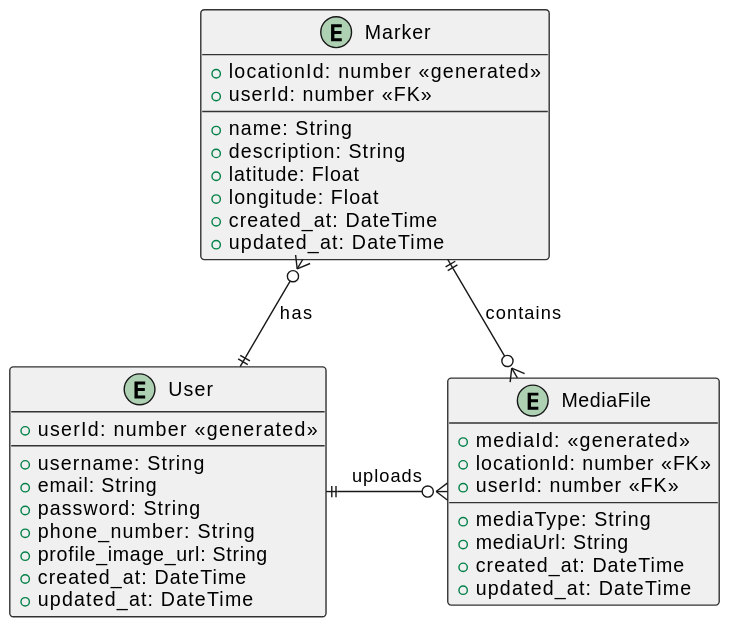
Above: out/docs/diagrams/entity_diagram/entity_diagram.svg in inatagan/owlmapapi (PlantUML), before the change.
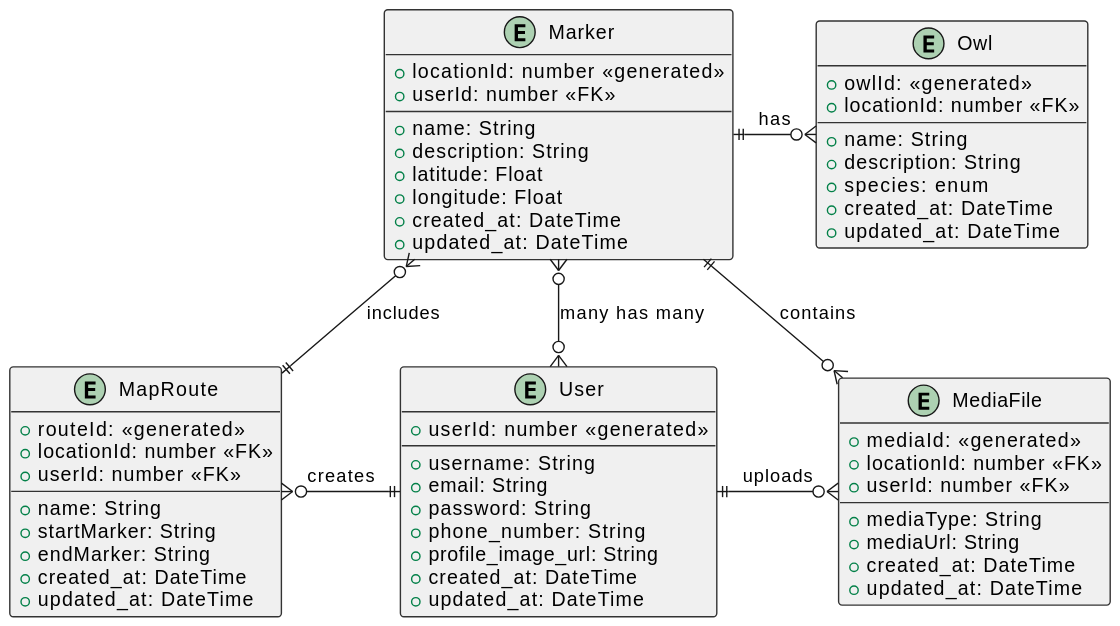
Later version of the same file.

Diff of the diagram source:
```diff
@@ -36,7 +36,31 @@
     +created_at: DateTime
     +updated_at: DateTime
 }
-Users ||-u-o{ Markers : "has"
+entity "MapRoute" as MapRoutes {
+    +routeId: <<generated>>
+    +locationId: number <<FK>>
+    +userId: number <<FK>>
+    --
+    +name: String
+    +startMarker: String
+    +endMarker: String
+    +created_at: DateTime
+    +updated_at: DateTime
+}
+entity "Owl" as Owls {
+    +owlId: <<generated>>
+    +locationId: number <<FK>>
+    --
+    +name: String
+    +description: String
+    +species: enum
+    +created_at: DateTime
+    +updated_at: DateTime
+}
+Users }o-u-o{ Markers : "many has many"
 Users ||-r-o{ MediaFiles : "uploads"
 Markers ||-r-o{ MediaFiles : "contains"
+Markers ||-r-o{ Owls : "has"
+Users ||-l-o{ MapRoutes : "creates"
+MapRoutes ||-u-o{ Markers : "includes"
 @enduml
```
